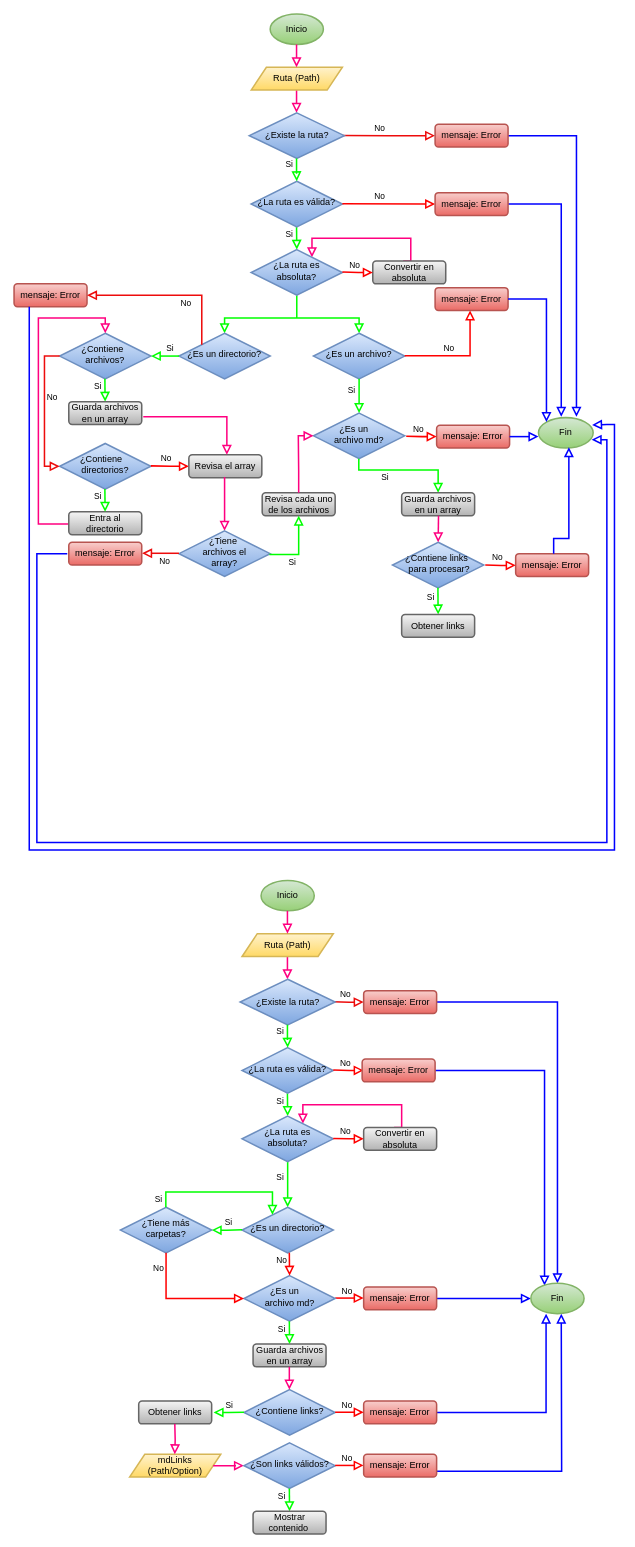
Before: Diagrama sin título.drawio in GabrielaMolinaCartes/DEV007-md-links, a draw.io diagram. Source tidied: cells renumbered, new cells numbered last; positions are measured from the earlier drawing's top-left corner, leaving out a move shared by most shapes. Both pictures are drawn from the tidied source at 76%, with x=0, y=0 at pixel (14, 14).
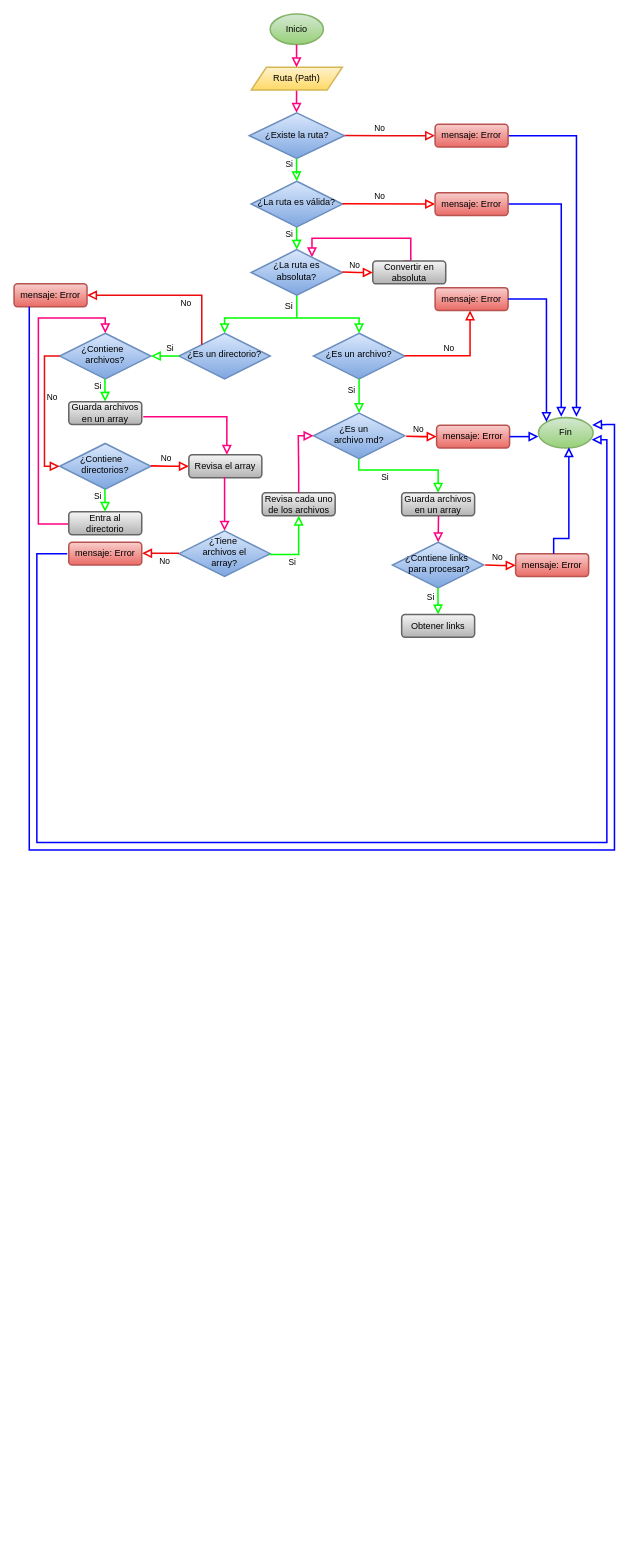
The same page after the edit.

What changed in the source:
```diff
@@
-<mxGraphModel>
+<mxGraphModel background="#FFFFFF">
@@
-    <mxCell id="2" value="Si" style="rounded=0;html=1;jettySize=auto;orthogonalLoop=1;fontSize=11;endArrow=block;endFill=0;endSize=8;strokeWidth=2;shadow=0;labelBackgroundColor=none;edgeStyle=orthogonalEdgeStyle;strokeColor=#00FF00;" parent="1" edge="1">
-      <mxGeometry x="-0.34" y="-10" relative="1" as="geometry">
-        <mxPoint x="359.7" y="1420" as="sourcePoint" />
-        <mxPoint x="360" y="1450" as="targetPoint" />
-      </mxGeometry>
-    </mxCell>
-    <mxCell id="3" value="No" style="edgeStyle=orthogonalEdgeStyle;rounded=0;html=1;jettySize=auto;orthogonalLoop=1;fontSize=11;endArrow=block;endFill=0;endSize=8;strokeWidth=2;shadow=0;labelBackgroundColor=none;strokeColor=#ed0c0c;" parent="1" edge="1">
-      <mxGeometry x="-0.2" y="10" relative="1" as="geometry">
-        <mxPoint x="420" y="1299.7" as="sourcePoint" />
-        <mxPoint x="460" y="1300" as="targetPoint" />
-      </mxGeometry>
-    </mxCell>
-    <mxCell id="4" value="¿La ruta es válida?" style="rhombus;whiteSpace=wrap;html=1;shadow=0;fontFamily=Helvetica;fontSize=12;align=center;strokeWidth=2;spacing=6;spacingTop=-4;fillColor=#dae8fc;gradientColor=#7ea6e0;strokeColor=#6c8ebf;" parent="1" vertex="1">
-      <mxGeometry x="300" y="1360" width="120" height="60" as="geometry" />
-    </mxCell>
-    <mxCell id="5" style="edgeStyle=orthogonalEdgeStyle;rounded=0;jettySize=auto;html=1;exitX=1;exitY=0.5;exitDx=0;exitDy=0;entryX=0.5;entryY=0;entryDx=0;entryDy=0;endArrow=block;endFill=0;endSize=8;strokeColor=#0000FF;strokeWidth=2;" parent="1" edge="1" source="6" target="49">
-      <mxGeometry relative="1" as="geometry" />
-    </mxCell>
-    <mxCell id="6" value="mensaje: Error" style="rounded=1;whiteSpace=wrap;html=1;fontSize=12;glass=0;strokeWidth=2;shadow=0;fillColor=#f8cecc;strokeColor=#b85450;gradientColor=#ea6b66;" parent="1" vertex="1">
-      <mxGeometry x="460" y="1285" width="96" height="30" as="geometry" />
-    </mxCell>
-    <mxCell id="7" value="Si" style="html=1;jettySize=auto;fontSize=11;endArrow=block;endFill=0;endSize=8;strokeWidth=2;shadow=0;labelBackgroundColor=none;edgeStyle=orthogonalEdgeStyle;entryX=0.5;entryY=0;entryDx=0;entryDy=0;strokeColor=#00FF00;rounded=0;" parent="1" edge="1" source="9" target="21">
-      <mxGeometry x="-0.35" y="-10" relative="1" as="geometry" />
-    </mxCell>
-    <mxCell id="8" style="edgeStyle=orthogonalEdgeStyle;rounded=0;html=1;jettySize=auto;orthogonalLoop=1;fontSize=11;endArrow=block;endFill=0;endSize=8;strokeWidth=2;shadow=0;labelBackgroundColor=none;exitX=0.521;exitY=0;exitDx=0;exitDy=0;exitPerimeter=0;strokeColor=#FF0080;" parent="1" edge="1">
-      <mxGeometry x="0.33" y="-20" relative="1" as="geometry">
-        <mxPoint x="500" y="1465" as="sourcePoint" />
-        <mxPoint x="380" y="1460" as="targetPoint" />
-        <Array as="points">
-          <mxPoint x="510" y="1465" />
-          <mxPoint x="510" y="1435" />
-          <mxPoint x="380" y="1435" />
-        </Array>
-      </mxGeometry>
-    </mxCell>
-    <mxCell id="9" value="¿La ruta es absoluta?" style="rhombus;whiteSpace=wrap;html=1;shadow=0;fontFamily=Helvetica;fontSize=12;align=center;strokeWidth=2;spacing=6;spacingTop=-4;fillColor=#dae8fc;gradientColor=#7ea6e0;strokeColor=#6c8ebf;" parent="1" vertex="1">
-      <mxGeometry x="300" y="1450" width="120" height="60" as="geometry" />
-    </mxCell>
-    <mxCell id="10" value="Inicio" style="ellipse;whiteSpace=wrap;html=1;fillColor=#d5e8d4;strokeColor=#82b366;gradientColor=#97d077;strokeWidth=2;" parent="1" vertex="1">
-      <mxGeometry x="325" y="1140" width="70" height="40" as="geometry" />
-    </mxCell>
-    <mxCell id="11" style="rounded=0;html=1;jettySize=auto;orthogonalLoop=1;fontSize=11;endArrow=block;endFill=0;endSize=8;strokeWidth=2;shadow=0;labelBackgroundColor=none;edgeStyle=orthogonalEdgeStyle;strokeColor=#FF0080;" parent="1" edge="1">
-      <mxGeometry relative="1" as="geometry">
-        <mxPoint x="359.7" y="1240" as="sourcePoint" />
-        <mxPoint x="359.7" y="1270" as="targetPoint" />
-      </mxGeometry>
-    </mxCell>
-    <mxCell id="12" value="Ruta (Path)" style="shape=parallelogram;perimeter=parallelogramPerimeter;whiteSpace=wrap;html=1;fixedSize=1;fillColor=#fff2cc;gradientColor=#ffd966;strokeColor=#d6b656;strokeWidth=2;" parent="1" vertex="1">
-      <mxGeometry x="300" y="1210" width="120" height="30" as="geometry" />
-    </mxCell>
-    <mxCell id="13" value="¿Existe la ruta?" style="strokeWidth=2;html=1;shape=mxgraph.flowchart.decision;spacing=0;whiteSpace=wrap;fillColor=#dae8fc;gradientColor=#7ea6e0;strokeColor=#6c8ebf;" parent="1" vertex="1">
-      <mxGeometry x="297.5" y="1270" width="125" height="60" as="geometry" />
-    </mxCell>
-    <mxCell id="14" style="rounded=0;html=1;jettySize=auto;orthogonalLoop=1;fontSize=11;endArrow=block;endFill=0;endSize=8;strokeWidth=2;shadow=0;labelBackgroundColor=none;edgeStyle=orthogonalEdgeStyle;strokeColor=#FF0080;" parent="1" edge="1">
-      <mxGeometry relative="1" as="geometry">
-        <mxPoint x="359.7" y="1180" as="sourcePoint" />
-        <mxPoint x="359.7" y="1210" as="targetPoint" />
-      </mxGeometry>
-    </mxCell>
-    <mxCell id="15" value="Si" style="edgeStyle=orthogonalEdgeStyle;rounded=0;html=1;jettySize=auto;orthogonalLoop=1;fontSize=11;endArrow=block;endFill=0;endSize=8;strokeWidth=2;shadow=0;labelBackgroundColor=none;strokeColor=#00FF00;" parent="1" edge="1">
-      <mxGeometry x="-0.5" y="-10" relative="1" as="geometry">
-        <mxPoint x="359.7" y="1330" as="sourcePoint" />
-        <mxPoint x="360" y="1360" as="targetPoint" />
-        <Array as="points">
-          <mxPoint x="360" y="1350" />
-          <mxPoint x="360" y="1350" />
-        </Array>
-      </mxGeometry>
-    </mxCell>
-    <mxCell id="16" value="No" style="edgeStyle=orthogonalEdgeStyle;rounded=0;html=1;jettySize=auto;orthogonalLoop=1;fontSize=11;endArrow=block;endFill=0;endSize=8;strokeWidth=2;shadow=0;labelBackgroundColor=none;strokeColor=#FF0000;" parent="1" edge="1">
-      <mxGeometry x="-0.2" y="10" relative="1" as="geometry">
-        <mxPoint x="420" y="1389.5" as="sourcePoint" />
-        <mxPoint x="460" y="1389.9" as="targetPoint" />
-      </mxGeometry>
-    </mxCell>
-    <mxCell id="17" value="Convertir en absoluta" style="rounded=1;whiteSpace=wrap;html=1;fontSize=12;glass=0;strokeWidth=2;shadow=0;fillColor=#f5f5f5;gradientColor=#b3b3b3;strokeColor=#666666;" parent="1" vertex="1">
-      <mxGeometry x="460" y="1465" width="96" height="30" as="geometry" />
-    </mxCell>
-    <mxCell id="18" style="edgeStyle=orthogonalEdgeStyle;rounded=0;jettySize=auto;html=1;exitX=1;exitY=0.5;exitDx=0;exitDy=0;entryX=0.257;entryY=0.075;entryDx=0;entryDy=0;entryPerimeter=0;endArrow=block;endFill=0;endSize=8;strokeColor=#0000FF;strokeWidth=2;" parent="1" edge="1" source="19" target="49">
-      <mxGeometry relative="1" as="geometry" />
-    </mxCell>
-    <mxCell id="19" value="mensaje: Error" style="rounded=1;whiteSpace=wrap;html=1;fontSize=12;glass=0;strokeWidth=2;shadow=0;fillColor=#f8cecc;strokeColor=#b85450;gradientColor=#ea6b66;" parent="1" vertex="1">
-      <mxGeometry x="458" y="1375" width="96" height="30" as="geometry" />
-    </mxCell>
-    <mxCell id="20" value="No" style="edgeStyle=orthogonalEdgeStyle;rounded=0;html=1;jettySize=auto;orthogonalLoop=1;fontSize=11;endArrow=block;endFill=0;endSize=8;strokeWidth=2;shadow=0;labelBackgroundColor=none;strokeColor=#FF0000;" parent="1" edge="1">
-      <mxGeometry x="-0.2" y="10" relative="1" as="geometry">
-        <mxPoint x="420" y="1479.5" as="sourcePoint" />
-        <mxPoint x="460" y="1480" as="targetPoint" />
-      </mxGeometry>
-    </mxCell>
-    <mxCell id="21" value="¿Es un directorio?" style="rhombus;whiteSpace=wrap;html=1;shadow=0;fontFamily=Helvetica;fontSize=12;align=center;strokeWidth=2;spacing=6;spacingTop=-4;fillColor=#dae8fc;gradientColor=#7ea6e0;strokeColor=#6c8ebf;" parent="1" vertex="1">
-      <mxGeometry x="300" y="1570" width="120" height="60" as="geometry" />
-    </mxCell>
-    <mxCell id="22" value="No" style="edgeStyle=orthogonalEdgeStyle;rounded=0;html=1;jettySize=auto;fontSize=11;endArrow=block;endFill=0;endSize=8;strokeWidth=2;shadow=0;labelBackgroundColor=none;entryX=0;entryY=0.5;entryDx=0;entryDy=0;strokeColor=#FF0000;" parent="1" edge="1" target="28">
-      <mxGeometry x="-0.2" y="10" relative="1" as="geometry">
-        <mxPoint x="422.5" y="1689.5" as="sourcePoint" />
-      </mxGeometry>
-    </mxCell>
-    <mxCell id="23" value="Si" style="edgeStyle=orthogonalEdgeStyle;rounded=0;html=1;jettySize=auto;fontSize=11;endArrow=block;endFill=0;endSize=8;strokeWidth=2;shadow=0;labelBackgroundColor=none;entryX=1;entryY=0.5;entryDx=0;entryDy=0;strokeColor=#00FF00;" parent="1" edge="1" target="25">
-      <mxGeometry x="-0.08" y="-10" relative="1" as="geometry">
-        <mxPoint x="300" y="1599.7" as="sourcePoint" />
-      </mxGeometry>
-    </mxCell>
-    <mxCell id="24" value="&amp;nbsp; &amp;nbsp; &amp;nbsp;¿Es un&amp;nbsp; &amp;nbsp; &amp;nbsp; &amp;nbsp; &amp;nbsp; archivo md?" style="rhombus;whiteSpace=wrap;html=1;shadow=0;fontFamily=Helvetica;fontSize=12;align=center;strokeWidth=2;spacing=6;spacingTop=-4;fillColor=#dae8fc;gradientColor=#7ea6e0;strokeColor=#6c8ebf;" parent="1" vertex="1">
-      <mxGeometry x="302.5" y="1660" width="120" height="60" as="geometry" />
-    </mxCell>
-    <mxCell id="25" value="&lt;div style=&quot;line-height: 120%;&quot;&gt;&lt;span style=&quot;background-color: initial;&quot;&gt;¿Tiene más carpetas?&lt;/span&gt;&lt;/div&gt;" style="rhombus;whiteSpace=wrap;html=1;shadow=0;fontFamily=Helvetica;fontSize=12;align=center;strokeWidth=2;spacing=6;spacingTop=-4;fillColor=#dae8fc;gradientColor=#7ea6e0;strokeColor=#6c8ebf;" parent="1" vertex="1">
-      <mxGeometry x="140" y="1570" width="120" height="60" as="geometry" />
-    </mxCell>
-    <mxCell id="26" value="Guarda archivos en un array" style="rounded=1;whiteSpace=wrap;html=1;fontSize=12;glass=0;strokeWidth=2;shadow=0;fillColor=#f5f5f5;gradientColor=#b3b3b3;strokeColor=#666666;" parent="1" vertex="1">
-      <mxGeometry x="314.5" y="1750" width="96" height="30" as="geometry" />
-    </mxCell>
-    <mxCell id="27" style="edgeStyle=orthogonalEdgeStyle;rounded=0;jettySize=auto;html=1;exitX=1;exitY=0.5;exitDx=0;exitDy=0;endArrow=block;endFill=0;strokeWidth=2;endSize=8;strokeColor=#0000FF;" parent="1" edge="1" source="28" target="49">
-      <mxGeometry relative="1" as="geometry" />
-    </mxCell>
-    <mxCell id="28" value="mensaje: Error" style="rounded=1;whiteSpace=wrap;html=1;fontSize=12;glass=0;strokeWidth=2;shadow=0;fillColor=#f8cecc;strokeColor=#b85450;gradientColor=#ea6b66;" parent="1" vertex="1">
-      <mxGeometry x="460" y="1675" width="96" height="30" as="geometry" />
-    </mxCell>
-    <mxCell id="29" value="Si" style="rounded=0;html=1;jettySize=auto;fontSize=11;endArrow=block;endFill=0;endSize=8;strokeWidth=2;shadow=0;labelBackgroundColor=none;edgeStyle=orthogonalEdgeStyle;entryX=0.333;entryY=0.167;entryDx=0;entryDy=0;entryPerimeter=0;strokeColor=#00FF00;" parent="1" edge="1" target="21">
-      <mxGeometry x="-0.9" y="10" relative="1" as="geometry">
-        <mxPoint x="199.7" y="1570" as="sourcePoint" />
-        <Array as="points">
-          <mxPoint x="200" y="1550" />
-          <mxPoint x="340" y="1550" />
-        </Array>
-      </mxGeometry>
-    </mxCell>
-    <mxCell id="30" value="No" style="rounded=0;html=1;jettySize=auto;orthogonalLoop=1;fontSize=11;endArrow=block;endFill=0;endSize=8;strokeWidth=2;shadow=0;labelBackgroundColor=none;edgeStyle=orthogonalEdgeStyle;strokeColor=#FF0000;" parent="1" edge="1">
-      <mxGeometry x="-0.34" y="-10" relative="1" as="geometry">
-        <mxPoint x="362.2" y="1630" as="sourcePoint" />
-        <mxPoint x="362.5" y="1660" as="targetPoint" />
-      </mxGeometry>
-    </mxCell>
-    <mxCell id="31" value="No" style="edgeStyle=orthogonalEdgeStyle;rounded=0;html=1;jettySize=auto;fontSize=11;endArrow=block;endFill=0;endSize=8;strokeWidth=2;shadow=0;labelBackgroundColor=none;entryX=0;entryY=0.5;entryDx=0;entryDy=0;exitX=0.5;exitY=1;exitDx=0;exitDy=0;strokeColor=#FF0000;" parent="1" edge="1" source="25" target="24">
-      <mxGeometry x="-0.75" y="-10" relative="1" as="geometry" />
-    </mxCell>
-    <mxCell id="32" value="Si" style="rounded=0;html=1;jettySize=auto;orthogonalLoop=1;fontSize=11;endArrow=block;endFill=0;endSize=8;strokeWidth=2;shadow=0;labelBackgroundColor=none;edgeStyle=orthogonalEdgeStyle;strokeColor=#00FF00;" parent="1" edge="1">
-      <mxGeometry x="-0.34" y="-10" relative="1" as="geometry">
-        <mxPoint x="362.2" y="1720" as="sourcePoint" />
-        <mxPoint x="362.5" y="1750" as="targetPoint" />
-      </mxGeometry>
-    </mxCell>
-    <mxCell id="33" value="¿Contiene links?" style="rhombus;whiteSpace=wrap;html=1;shadow=0;fontFamily=Helvetica;fontSize=12;align=center;strokeWidth=2;spacing=6;spacingTop=-4;fillColor=#dae8fc;gradientColor=#7ea6e0;strokeColor=#6c8ebf;" parent="1" vertex="1">
-      <mxGeometry x="302.5" y="1810" width="120" height="60" as="geometry" />
-    </mxCell>
-    <mxCell id="34" style="rounded=0;html=1;jettySize=auto;orthogonalLoop=1;fontSize=11;endArrow=block;endFill=0;endSize=8;strokeWidth=2;shadow=0;labelBackgroundColor=none;edgeStyle=orthogonalEdgeStyle;strokeColor=#FF0080;" parent="1" edge="1">
-      <mxGeometry relative="1" as="geometry">
-        <mxPoint x="362.2" y="1780" as="sourcePoint" />
-        <mxPoint x="362.2" y="1810" as="targetPoint" />
-      </mxGeometry>
-    </mxCell>
-    <mxCell id="35" style="edgeStyle=orthogonalEdgeStyle;rounded=0;jettySize=auto;html=1;exitX=1;exitY=0.5;exitDx=0;exitDy=0;entryX=0.286;entryY=1;entryDx=0;entryDy=0;entryPerimeter=0;endArrow=block;endFill=0;endSize=8;strokeColor=#0000FF;strokeWidth=2;" parent="1" edge="1" source="36" target="49">
-      <mxGeometry relative="1" as="geometry" />
-    </mxCell>
-    <mxCell id="36" value="mensaje: Error" style="rounded=1;whiteSpace=wrap;html=1;fontSize=12;glass=0;strokeWidth=2;shadow=0;fillColor=#f8cecc;strokeColor=#b85450;gradientColor=#ea6b66;" parent="1" vertex="1">
-      <mxGeometry x="460" y="1825" width="96" height="30" as="geometry" />
-    </mxCell>
-    <mxCell id="37" value="No" style="edgeStyle=orthogonalEdgeStyle;rounded=0;html=1;jettySize=auto;orthogonalLoop=1;fontSize=11;endArrow=block;endFill=0;endSize=8;strokeWidth=2;shadow=0;labelBackgroundColor=none;entryX=0;entryY=0.5;entryDx=0;entryDy=0;strokeColor=#FF0000;" parent="1" edge="1">
-      <mxGeometry x="-0.2" y="10" relative="1" as="geometry">
-        <mxPoint x="422.5" y="1839.7" as="sourcePoint" />
-        <mxPoint x="460" y="1840.1" as="targetPoint" />
-      </mxGeometry>
-    </mxCell>
-    <mxCell id="38" value="Si" style="edgeStyle=orthogonalEdgeStyle;rounded=0;html=1;jettySize=auto;orthogonalLoop=1;fontSize=11;endArrow=block;endFill=0;endSize=8;strokeWidth=2;shadow=0;labelBackgroundColor=none;entryX=1;entryY=0.5;entryDx=0;entryDy=0;strokeColor=#00FF00;" parent="1" edge="1">
-      <mxGeometry x="-0.08" y="-10" relative="1" as="geometry">
-        <mxPoint x="302.5" y="1839.6" as="sourcePoint" />
-        <mxPoint x="262.5" y="1839.9" as="targetPoint" />
-      </mxGeometry>
-    </mxCell>
-    <mxCell id="39" value="Obtener links" style="rounded=1;whiteSpace=wrap;html=1;fontSize=12;glass=0;strokeWidth=2;shadow=0;fillColor=#f5f5f5;gradientColor=#b3b3b3;strokeColor=#666666;" parent="1" vertex="1">
-      <mxGeometry x="164" y="1825" width="96" height="30" as="geometry" />
-    </mxCell>
-    <mxCell id="40" value="mdLinks (Path/Option)" style="shape=parallelogram;perimeter=parallelogramPerimeter;whiteSpace=wrap;html=1;fixedSize=1;fillColor=#fff2cc;gradientColor=#ffd966;strokeColor=#d6b656;strokeWidth=2;" parent="1" vertex="1">
-      <mxGeometry x="152" y="1895" width="120" height="30" as="geometry" />
-    </mxCell>
-    <mxCell id="41" style="rounded=0;html=1;jettySize=auto;fontSize=11;endArrow=block;endFill=0;endSize=8;strokeWidth=2;shadow=0;labelBackgroundColor=none;edgeStyle=orthogonalEdgeStyle;entryX=0.496;entryY=0;entryDx=0;entryDy=0;entryPerimeter=0;strokeColor=#FF0080;" parent="1" edge="1" target="40">
-      <mxGeometry relative="1" as="geometry">
-        <mxPoint x="211.5" y="1855" as="sourcePoint" />
-      </mxGeometry>
-    </mxCell>
-    <mxCell id="42" style="rounded=0;html=1;jettySize=auto;fontSize=11;endArrow=block;endFill=0;endSize=8;strokeWidth=2;shadow=0;labelBackgroundColor=none;edgeStyle=orthogonalEdgeStyle;entryX=0;entryY=0.5;entryDx=0;entryDy=0;strokeColor=#FF0080;" parent="1" edge="1" source="40" target="43">
-      <mxGeometry relative="1" as="geometry" />
-    </mxCell>
-    <mxCell id="43" value="¿Son links válidos?" style="rhombus;whiteSpace=wrap;html=1;shadow=0;fontFamily=Helvetica;fontSize=12;align=center;strokeWidth=2;spacing=6;spacingTop=-4;fillColor=#dae8fc;gradientColor=#7ea6e0;strokeColor=#6c8ebf;" parent="1" vertex="1">
-      <mxGeometry x="302.5" y="1880" width="120" height="60" as="geometry" />
-    </mxCell>
-    <mxCell id="44" value="No" style="edgeStyle=orthogonalEdgeStyle;rounded=0;html=1;jettySize=auto;orthogonalLoop=1;fontSize=11;endArrow=block;endFill=0;endSize=8;strokeWidth=2;shadow=0;labelBackgroundColor=none;entryX=0;entryY=0.5;entryDx=0;entryDy=0;strokeColor=#FF0000;" parent="1" edge="1">
-      <mxGeometry x="-0.2" y="10" relative="1" as="geometry">
-        <mxPoint x="422.5" y="1909.7" as="sourcePoint" />
-        <mxPoint x="460" y="1910.1" as="targetPoint" />
-      </mxGeometry>
-    </mxCell>
-    <mxCell id="45" style="edgeStyle=orthogonalEdgeStyle;rounded=0;jettySize=auto;html=1;exitX=1;exitY=0.75;exitDx=0;exitDy=0;endArrow=block;endFill=0;endSize=8;strokeColor=#0000FF;strokeWidth=2;" parent="1" edge="1" source="46">
-      <mxGeometry relative="1" as="geometry">
-        <mxPoint x="720" y="1710" as="targetPoint" />
-      </mxGeometry>
-    </mxCell>
-    <mxCell id="46" value="mensaje: Error" style="rounded=1;whiteSpace=wrap;html=1;fontSize=12;glass=0;strokeWidth=2;shadow=0;fillColor=#f8cecc;strokeColor=#b85450;gradientColor=#ea6b66;" parent="1" vertex="1">
-      <mxGeometry x="460" y="1895" width="96" height="30" as="geometry" />
-    </mxCell>
-    <mxCell id="47" value="Si" style="rounded=0;html=1;jettySize=auto;orthogonalLoop=1;fontSize=11;endArrow=block;endFill=0;endSize=8;strokeWidth=2;shadow=0;labelBackgroundColor=none;edgeStyle=orthogonalEdgeStyle;strokeColor=#00FF00;" parent="1" edge="1">
-      <mxGeometry x="-0.34" y="-10" relative="1" as="geometry">
-        <mxPoint x="362.2" y="1940" as="sourcePoint" />
-        <mxPoint x="362.5" y="1970" as="targetPoint" />
-      </mxGeometry>
-    </mxCell>
-    <mxCell id="48" value="Mostrar contenido&amp;nbsp;" style="rounded=1;whiteSpace=wrap;html=1;fontSize=12;glass=0;strokeWidth=2;shadow=0;fillColor=#f5f5f5;gradientColor=#b3b3b3;strokeColor=#666666;" parent="1" vertex="1">
-      <mxGeometry x="314.5" y="1970" width="96" height="30" as="geometry" />
-    </mxCell>
-    <mxCell id="49" value="Fin" style="ellipse;whiteSpace=wrap;html=1;fillColor=#d5e8d4;strokeColor=#82b366;gradientColor=#97d077;strokeWidth=2;" parent="1" vertex="1">
-      <mxGeometry x="680" y="1670" width="70" height="40" as="geometry" />
-    </mxCell>
@@
+    <mxCell id="113" value="Si" style="whiteSpace=wrap;html=1;strokeColor=none;" parent="1" vertex="1">
+      <mxGeometry x="360" y="380" width="3.5" height="10" as="geometry" />
+    </mxCell>
```
